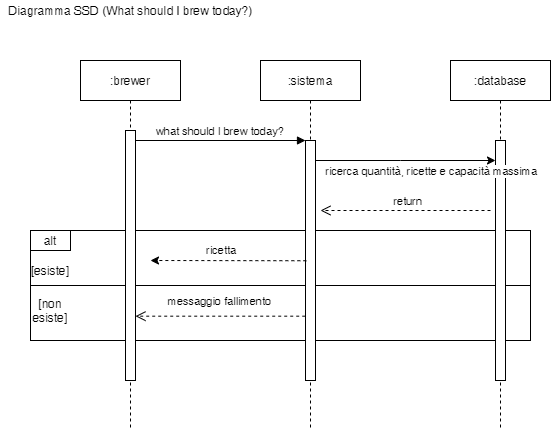
This is Diagrammi/Diagramma SSD.png from UnimibSoftEngCourse2021/progetto-birra-2-gruppo-birra-2, a draw.io export, as it was before one commit. Source tidied: cells renumbered, new cells last; positions are measured from the earlier drawing's top-left corner, leaving out a move shared by most shapes. The source it was exported from:
```xml
<mxGraphModel>
  <root>
    <mxCell id="0" />
    <mxCell id="1" parent="0" />
    <mxCell id="2" value=":brewer" style="shape=umlLifeline;perimeter=lifelinePerimeter;rounded=0;shadow=0;strokeWidth=1;" parent="1" vertex="1">
      <mxGeometry x="80" y="60" width="100" height="370" as="geometry" />
    </mxCell>
    <mxCell id="3" style="rounded=0;whiteSpace=wrap;html=1;fillColor=none;" parent="2" vertex="1">
      <mxGeometry x="-50" y="170" width="500" height="110" as="geometry" />
    </mxCell>
    <mxCell id="4" style="edgeStyle=orthogonalEdgeStyle;rounded=0;orthogonalLoop=1;jettySize=auto;html=1;exitX=0;exitY=0.5;exitDx=0;exitDy=0;entryX=1;entryY=0.5;entryDx=0;entryDy=0;endArrow=none;endFill=0;" parent="2" edge="1" source="3" target="3">
      <mxGeometry relative="1" as="geometry">
        <Array as="points">
          <mxPoint x="235" y="225" />
          <mxPoint x="235" y="225" />
        </Array>
      </mxGeometry>
    </mxCell>
    <mxCell id="5" style="points=[];perimeter=orthogonalPerimeter;rounded=0;shadow=0;strokeWidth=1;" parent="2" vertex="1">
      <mxGeometry x="45" y="70" width="10" height="250" as="geometry" />
    </mxCell>
    <mxCell id="6" value="alt" style="text;html=1;fillColor=none;align=center;verticalAlign=middle;whiteSpace=wrap;rounded=0;strokeColor=#000000;" parent="2" vertex="1">
      <mxGeometry x="-50" y="170" width="40" height="20" as="geometry" />
    </mxCell>
    <mxCell id="7" value="[esiste]" style="text;html=1;strokeColor=none;fillColor=none;align=center;verticalAlign=middle;whiteSpace=wrap;rounded=0;" parent="2" vertex="1">
      <mxGeometry x="-50" y="200" width="40" height="20" as="geometry" />
    </mxCell>
    <mxCell id="8" value="[non esiste]" style="text;html=1;strokeColor=none;fillColor=none;align=center;verticalAlign=middle;whiteSpace=wrap;rounded=0;" parent="2" vertex="1">
      <mxGeometry x="-50" y="240" width="40" height="20" as="geometry" />
    </mxCell>
    <mxCell id="9" value=":sistema" style="shape=umlLifeline;perimeter=lifelinePerimeter;rounded=0;shadow=0;strokeWidth=1;fillColor=#FFFFFF;" parent="1" vertex="1">
      <mxGeometry x="260" y="60" width="100" height="370" as="geometry" />
    </mxCell>
    <mxCell id="10" style="points=[];perimeter=orthogonalPerimeter;rounded=0;shadow=0;strokeWidth=1;" parent="9" vertex="1">
      <mxGeometry x="45" y="80" width="10" height="240" as="geometry" />
    </mxCell>
    <mxCell id="11" value="messaggio fallimento" style="verticalAlign=bottom;endArrow=open;dashed=1;endSize=8;shadow=0;strokeWidth=1;exitX=-0.029;exitY=0.732;exitDx=0;exitDy=0;exitPerimeter=0;" parent="1" edge="1" source="10" target="5">
      <mxGeometry y="-6" relative="1" as="geometry" />
    </mxCell>
    <mxCell id="12" value="what should I brew today?" style="verticalAlign=bottom;endArrow=block;entryX=0;entryY=0;shadow=0;strokeWidth=1;" parent="1" edge="1" source="5" target="10">
      <mxGeometry relative="1" as="geometry" />
    </mxCell>
    <mxCell id="13" value="Diagramma SSD (What should I brew today?)" style="text;html=1;align=center;verticalAlign=middle;" parent="1" vertex="1">
      <mxGeometry width="260" height="20" as="geometry" />
    </mxCell>
    <mxCell id="14" value=":database" style="shape=umlLifeline;perimeter=lifelinePerimeter;rounded=0;shadow=0;strokeWidth=1;" parent="1" vertex="1">
      <mxGeometry x="450" y="60" width="100" height="370" as="geometry" />
    </mxCell>
    <mxCell id="15" style="points=[];perimeter=orthogonalPerimeter;rounded=0;shadow=0;strokeWidth=1;" parent="14" vertex="1">
      <mxGeometry x="45" y="80" width="10" height="240" as="geometry" />
    </mxCell>
    <mxCell id="16" style="edgeStyle=orthogonalEdgeStyle;rounded=0;jettySize=auto;html=1;" parent="1" edge="1" source="10" target="15">
      <mxGeometry relative="1" as="geometry">
        <Array as="points">
          <mxPoint x="400" y="160" />
          <mxPoint x="400" y="160" />
        </Array>
      </mxGeometry>
    </mxCell>
    <mxCell id="17" value="ricerca quantità, ricette e capacità massima" style="edgeLabel;html=1;align=center;verticalAlign=middle;" parent="16" vertex="1">
      <mxGeometry x="-0.07" relative="1" as="geometry">
        <mxPoint x="31.6" y="10" as="offset" />
      </mxGeometry>
    </mxCell>
    <mxCell id="18" value="return" style="verticalAlign=bottom;endArrow=open;dashed=1;endSize=8;shadow=0;strokeWidth=1;" parent="1" edge="1">
      <mxGeometry x="-0.03" relative="1" as="geometry">
        <mxPoint x="490" y="210" as="sourcePoint" />
        <mxPoint x="320" y="210" as="targetPoint" />
      </mxGeometry>
    </mxCell>
    <mxCell id="19" style="endArrow=classic;html=1;exitX=0.086;exitY=0.501;exitDx=0;exitDy=0;exitPerimeter=0;dashed=1;" parent="1" edge="1" source="10">
      <mxGeometry relative="1" as="geometry">
        <mxPoint x="150" y="260" as="targetPoint" />
      </mxGeometry>
    </mxCell>
    <mxCell id="20" value="ricetta" style="edgeLabel;html=1;align=center;verticalAlign=middle;" parent="19" vertex="1">
      <mxGeometry x="-0.32" y="2" relative="1" as="geometry">
        <mxPoint x="-32.7" y="-12.2" as="offset" />
      </mxGeometry>
    </mxCell>
  </root>
</mxGraphModel>
```
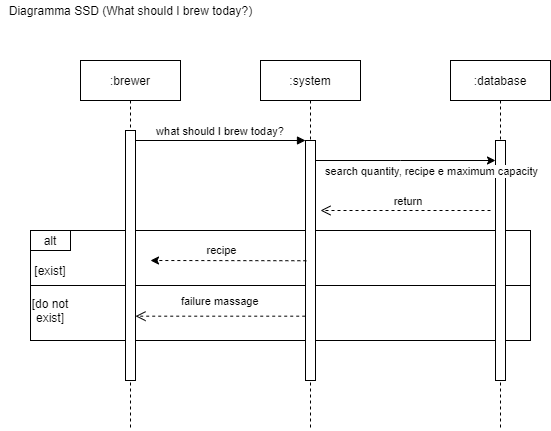
Above is the later version.

Diff of the diagram source:
```diff
@@ -22,19 +22,19 @@
     <mxCell id="6" value="alt" style="text;html=1;fillColor=none;align=center;verticalAlign=middle;whiteSpace=wrap;rounded=0;strokeColor=#000000;" parent="2" vertex="1">
       <mxGeometry x="-50" y="170" width="40" height="20" as="geometry" />
     </mxCell>
-    <mxCell id="7" value="[esiste]" style="text;html=1;strokeColor=none;fillColor=none;align=center;verticalAlign=middle;whiteSpace=wrap;rounded=0;" parent="2" vertex="1">
+    <mxCell id="7" value="[exist]" style="text;html=1;strokeColor=none;fillColor=none;align=center;verticalAlign=middle;whiteSpace=wrap;rounded=0;" parent="2" vertex="1">
       <mxGeometry x="-50" y="200" width="40" height="20" as="geometry" />
     </mxCell>
-    <mxCell id="8" value="[non esiste]" style="text;html=1;strokeColor=none;fillColor=none;align=center;verticalAlign=middle;whiteSpace=wrap;rounded=0;" parent="2" vertex="1">
+    <mxCell id="8" value="[do not exist]" style="text;html=1;strokeColor=none;fillColor=none;align=center;verticalAlign=middle;whiteSpace=wrap;rounded=0;" parent="2" vertex="1">
       <mxGeometry x="-50" y="240" width="40" height="20" as="geometry" />
     </mxCell>
-    <mxCell id="9" value=":sistema" style="shape=umlLifeline;perimeter=lifelinePerimeter;rounded=0;shadow=0;strokeWidth=1;fillColor=#FFFFFF;" parent="1" vertex="1">
+    <mxCell id="9" value=":system" style="shape=umlLifeline;perimeter=lifelinePerimeter;rounded=0;shadow=0;strokeWidth=1;fillColor=#FFFFFF;" parent="1" vertex="1">
       <mxGeometry x="260" y="60" width="100" height="370" as="geometry" />
     </mxCell>
     <mxCell id="10" style="points=[];perimeter=orthogonalPerimeter;rounded=0;shadow=0;strokeWidth=1;" parent="9" vertex="1">
       <mxGeometry x="45" y="80" width="10" height="240" as="geometry" />
     </mxCell>
-    <mxCell id="11" value="messaggio fallimento" style="verticalAlign=bottom;endArrow=open;dashed=1;endSize=8;shadow=0;strokeWidth=1;exitX=-0.029;exitY=0.732;exitDx=0;exitDy=0;exitPerimeter=0;" parent="1" edge="1" source="10" target="5">
+    <mxCell id="11" value="failure massage" style="verticalAlign=bottom;endArrow=open;dashed=1;endSize=8;shadow=0;strokeWidth=1;exitX=-0.029;exitY=0.732;exitDx=0;exitDy=0;exitPerimeter=0;" parent="1" edge="1" source="10" target="5">
       <mxGeometry y="-6" relative="1" as="geometry" />
     </mxCell>
     <mxCell id="12" value="what should I brew today?" style="verticalAlign=bottom;endArrow=block;entryX=0;entryY=0;shadow=0;strokeWidth=1;" parent="1" edge="1" source="5" target="10">
@@ -57,7 +57,7 @@
         </Array>
       </mxGeometry>
     </mxCell>
-    <mxCell id="17" value="ricerca quantità, ricette e capacità massima" style="edgeLabel;html=1;align=center;verticalAlign=middle;" parent="16" vertex="1">
+    <mxCell id="17" value="search quantity, recipe e maximum capacity" style="edgeLabel;html=1;align=center;verticalAlign=middle;" parent="16" vertex="1">
       <mxGeometry x="-0.07" relative="1" as="geometry">
         <mxPoint x="31.6" y="10" as="offset" />
       </mxGeometry>
@@ -73,7 +73,7 @@
         <mxPoint x="150" y="260" as="targetPoint" />
       </mxGeometry>
     </mxCell>
-    <mxCell id="20" value="ricetta" style="edgeLabel;html=1;align=center;verticalAlign=middle;" parent="19" vertex="1">
+    <mxCell id="20" value="recipe" style="edgeLabel;html=1;align=center;verticalAlign=middle;" parent="19" vertex="1">
       <mxGeometry x="-0.32" y="2" relative="1" as="geometry">
         <mxPoint x="-32.7" y="-12.2" as="offset" />
       </mxGeometry>
```
